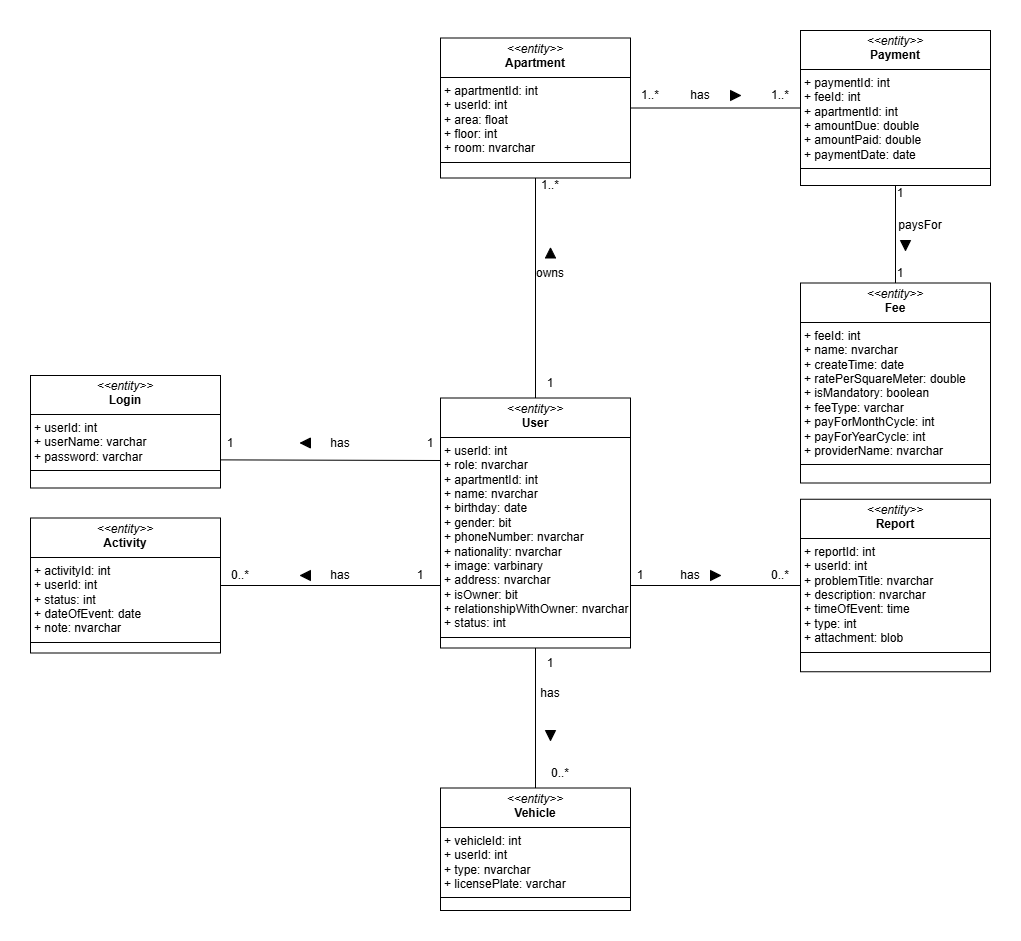
Earlier version of the draw.io export Class-diagram/DomainClassDiagram.png (HuyEuler/Apartment-management-system). Source tidied: cells renumbered, new cells last; positions are measured from the earlier drawing's top-left corner, leaving out a move shared by most shapes.
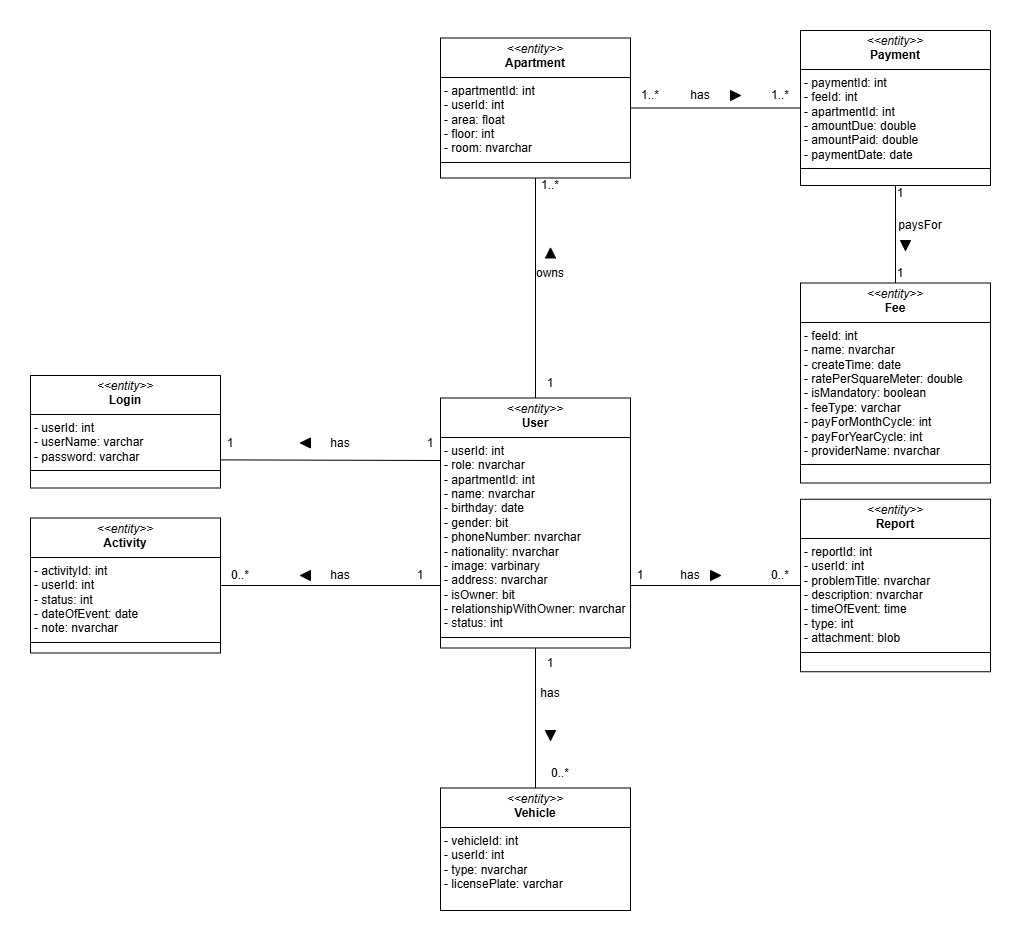
Above is the later version.

Commit message:
fix: class diagram

Change to the diagram source:
```diff
@@ -2,22 +2,22 @@
   <root>
     <mxCell id="0" />
     <mxCell id="1" parent="0" />
-    <mxCell id="2" value="&lt;p style=&quot;margin:0px;margin-top:4px;text-align:center;&quot;&gt;&lt;i&gt;&amp;lt;&amp;lt;entity&amp;gt;&amp;gt;&lt;/i&gt;&lt;br&gt;&lt;b&gt;User&lt;/b&gt;&lt;/p&gt;&lt;hr size=&quot;1&quot; style=&quot;border-style:solid;&quot;&gt;&lt;p style=&quot;margin:0px;margin-left:4px;&quot;&gt;+ userId: int&amp;nbsp;&amp;nbsp;&lt;/p&gt;&lt;p style=&quot;margin:0px;margin-left:4px;&quot;&gt;+ role: nvarchar&lt;/p&gt;&lt;p style=&quot;margin:0px;margin-left:4px;&quot;&gt;+ apartmentId: int&lt;/p&gt;&lt;p style=&quot;margin:0px;margin-left:4px;&quot;&gt;+ name: nvarchar&lt;/p&gt;&lt;p style=&quot;margin:0px;margin-left:4px;&quot;&gt;+ birthday: date&lt;/p&gt;&lt;p style=&quot;margin:0px;margin-left:4px;&quot;&gt;+ gender: bit&lt;/p&gt;&lt;p style=&quot;margin:0px;margin-left:4px;&quot;&gt;+ phoneNumber: nvarchar&lt;/p&gt;&lt;p style=&quot;margin:0px;margin-left:4px;&quot;&gt;+ nationality: nvarchar&lt;/p&gt;&lt;p style=&quot;margin:0px;margin-left:4px;&quot;&gt;+ image: varbinary&lt;/p&gt;&lt;p style=&quot;margin:0px;margin-left:4px;&quot;&gt;+ address: nvarchar&lt;/p&gt;&lt;p style=&quot;margin:0px;margin-left:4px;&quot;&gt;+ isOwner: bit&lt;br&gt;+ relationshipWithOwner: nvarchar&lt;br&gt;+ status: int&lt;/p&gt;&lt;hr size=&quot;1&quot; style=&quot;border-style:solid;&quot;&gt;&lt;p style=&quot;margin:0px;margin-left:4px;&quot;&gt;&lt;br&gt;&lt;/p&gt;" style="verticalAlign=top;align=left;overflow=fill;html=1;whiteSpace=wrap;" parent="1" vertex="1">
+    <mxCell id="2" value="&lt;p style=&quot;margin:0px;margin-top:4px;text-align:center;&quot;&gt;&lt;i&gt;&amp;lt;&amp;lt;entity&amp;gt;&amp;gt;&lt;/i&gt;&lt;br&gt;&lt;b&gt;User&lt;/b&gt;&lt;/p&gt;&lt;hr size=&quot;1&quot; style=&quot;border-style:solid;&quot;&gt;&lt;p style=&quot;margin:0px;margin-left:4px;&quot;&gt;- userId: int&amp;nbsp;&amp;nbsp;&lt;/p&gt;&lt;p style=&quot;margin:0px;margin-left:4px;&quot;&gt;- role: nvarchar&lt;/p&gt;&lt;p style=&quot;margin:0px;margin-left:4px;&quot;&gt;- apartmentId: int&lt;/p&gt;&lt;p style=&quot;margin:0px;margin-left:4px;&quot;&gt;- name: nvarchar&lt;/p&gt;&lt;p style=&quot;margin:0px;margin-left:4px;&quot;&gt;- birthday: date&lt;/p&gt;&lt;p style=&quot;margin:0px;margin-left:4px;&quot;&gt;- gender: bit&lt;/p&gt;&lt;p style=&quot;margin:0px;margin-left:4px;&quot;&gt;- phoneNumber: nvarchar&lt;/p&gt;&lt;p style=&quot;margin:0px;margin-left:4px;&quot;&gt;- nationality: nvarchar&lt;/p&gt;&lt;p style=&quot;margin:0px;margin-left:4px;&quot;&gt;- image: varbinary&lt;/p&gt;&lt;p style=&quot;margin:0px;margin-left:4px;&quot;&gt;- address: nvarchar&lt;/p&gt;&lt;p style=&quot;margin:0px;margin-left:4px;&quot;&gt;- isOwner: bit&lt;br&gt;- relationshipWithOwner: nvarchar&lt;br&gt;- status: int&lt;/p&gt;&lt;hr size=&quot;1&quot; style=&quot;border-style:solid;&quot;&gt;&lt;p style=&quot;margin:0px;margin-left:4px;&quot;&gt;&lt;br&gt;&lt;/p&gt;" style="verticalAlign=top;align=left;overflow=fill;html=1;whiteSpace=wrap;" parent="1" vertex="1">
       <mxGeometry x="410" y="367.5" width="190" height="250" as="geometry" />
     </mxCell>
-    <mxCell id="3" value="&lt;p style=&quot;margin:0px;margin-top:4px;text-align:center;&quot;&gt;&lt;i&gt;&amp;lt;&amp;lt;entity&amp;gt;&amp;gt;&lt;/i&gt;&lt;br&gt;&lt;b&gt;Apartment&lt;/b&gt;&lt;/p&gt;&lt;hr size=&quot;1&quot; style=&quot;border-style:solid;&quot;&gt;&lt;p style=&quot;margin:0px;margin-left:4px;&quot;&gt;+ apartmentId: int&amp;nbsp;&lt;/p&gt;&lt;p style=&quot;margin:0px;margin-left:4px;&quot;&gt;+ userId: int&amp;nbsp;&lt;/p&gt;&lt;p style=&quot;margin:0px;margin-left:4px;&quot;&gt;+ area: float&amp;nbsp;&amp;nbsp;&lt;/p&gt;&lt;p style=&quot;margin:0px;margin-left:4px;&quot;&gt;+ floor: int&lt;/p&gt;&lt;p style=&quot;margin:0px;margin-left:4px;&quot;&gt;+ room: nvarchar&lt;/p&gt;&lt;hr size=&quot;1&quot; style=&quot;border-style:solid;&quot;&gt;&lt;p style=&quot;margin:0px;margin-left:4px;&quot;&gt;&lt;br&gt;&lt;/p&gt;" style="verticalAlign=top;align=left;overflow=fill;html=1;whiteSpace=wrap;" parent="1" vertex="1">
+    <mxCell id="3" value="&lt;p style=&quot;margin:0px;margin-top:4px;text-align:center;&quot;&gt;&lt;i&gt;&amp;lt;&amp;lt;entity&amp;gt;&amp;gt;&lt;/i&gt;&lt;br&gt;&lt;b&gt;Apartment&lt;/b&gt;&lt;/p&gt;&lt;hr size=&quot;1&quot; style=&quot;border-style:solid;&quot;&gt;&lt;p style=&quot;margin:0px;margin-left:4px;&quot;&gt;- apartmentId: int&lt;/p&gt;&lt;p style=&quot;margin:0px;margin-left:4px;&quot;&gt;- userId: int&lt;/p&gt;&lt;p style=&quot;margin:0px;margin-left:4px;&quot;&gt;- area: float&lt;/p&gt;&lt;p style=&quot;margin:0px;margin-left:4px;&quot;&gt;- floor: int&lt;/p&gt;&lt;p style=&quot;margin:0px;margin-left:4px;&quot;&gt;- room: nvarchar&lt;/p&gt;&lt;hr size=&quot;1&quot; style=&quot;border-style:solid;&quot;&gt;&lt;p style=&quot;margin:0px;margin-left:4px;&quot;&gt;&lt;br&gt;&lt;/p&gt;" style="verticalAlign=top;align=left;overflow=fill;html=1;whiteSpace=wrap;" parent="1" vertex="1">
       <mxGeometry x="410" y="7.5" width="190" height="140" as="geometry" />
     </mxCell>
-    <mxCell id="4" value="&lt;p style=&quot;margin:0px;margin-top:4px;text-align:center;&quot;&gt;&lt;i&gt;&amp;lt;&amp;lt;entity&amp;gt;&amp;gt;&lt;/i&gt;&lt;br&gt;&lt;b&gt;Payment&lt;/b&gt;&lt;/p&gt;&lt;hr size=&quot;1&quot; style=&quot;border-style:solid;&quot;&gt;&lt;p style=&quot;margin:0px;margin-left:4px;&quot;&gt;+ paymentId: int&amp;nbsp;&amp;nbsp;&lt;/p&gt;&lt;p style=&quot;margin:0px;margin-left:4px;&quot;&gt;+ feeId: int&lt;br&gt;+ apartmentId: int&lt;/p&gt;&lt;p style=&quot;margin:0px;margin-left:4px;&quot;&gt;+ amountDue: double&amp;nbsp;&amp;nbsp;&lt;/p&gt;&lt;p style=&quot;margin:0px;margin-left:4px;&quot;&gt;+ amountPaid: double&lt;/p&gt;&lt;p style=&quot;margin:0px;margin-left:4px;&quot;&gt;+ paymentDate: date&lt;/p&gt;&lt;hr size=&quot;1&quot; style=&quot;border-style:solid;&quot;&gt;&lt;p style=&quot;margin:0px;margin-left:4px;&quot;&gt;&lt;br&gt;&lt;/p&gt;" style="verticalAlign=top;align=left;overflow=fill;html=1;whiteSpace=wrap;" parent="1" vertex="1">
+    <mxCell id="4" value="&lt;p style=&quot;margin:0px;margin-top:4px;text-align:center;&quot;&gt;&lt;i&gt;&amp;lt;&amp;lt;entity&amp;gt;&amp;gt;&lt;/i&gt;&lt;br&gt;&lt;b&gt;Payment&lt;/b&gt;&lt;/p&gt;&lt;hr size=&quot;1&quot; style=&quot;border-style:solid;&quot;&gt;&lt;p style=&quot;margin:0px;margin-left:4px;&quot;&gt;- paymentId: int&amp;nbsp;&amp;nbsp;&lt;/p&gt;&lt;p style=&quot;margin:0px;margin-left:4px;&quot;&gt;- feeId: int&lt;br&gt;- apartmentId: int&lt;/p&gt;&lt;p style=&quot;margin:0px;margin-left:4px;&quot;&gt;- amountDue: double&amp;nbsp;&amp;nbsp;&lt;/p&gt;&lt;p style=&quot;margin:0px;margin-left:4px;&quot;&gt;- amountPaid: double&lt;/p&gt;&lt;p style=&quot;margin:0px;margin-left:4px;&quot;&gt;- paymentDate: date&lt;/p&gt;&lt;hr size=&quot;1&quot; style=&quot;border-style:solid;&quot;&gt;&lt;p style=&quot;margin:0px;margin-left:4px;&quot;&gt;&lt;br&gt;&lt;/p&gt;" style="verticalAlign=top;align=left;overflow=fill;html=1;whiteSpace=wrap;" parent="1" vertex="1">
       <mxGeometry x="770" width="190" height="155" as="geometry" />
     </mxCell>
-    <mxCell id="5" value="&lt;p style=&quot;margin:0px;margin-top:4px;text-align:center;&quot;&gt;&lt;i&gt;&amp;lt;&amp;lt;entity&amp;gt;&amp;gt;&lt;/i&gt;&lt;br&gt;&lt;b&gt;Fee&lt;/b&gt;&lt;/p&gt;&lt;hr size=&quot;1&quot; style=&quot;border-style:solid;&quot;&gt;&lt;p style=&quot;margin:0px;margin-left:4px;&quot;&gt;+ feeId: int&amp;nbsp;&amp;nbsp;&lt;/p&gt;&lt;p style=&quot;margin:0px;margin-left:4px;&quot;&gt;+ name: nvarchar&lt;/p&gt;&lt;p style=&quot;margin:0px;margin-left:4px;&quot;&gt;+ createTime: date&lt;br&gt;+ ratePerSquareMeter: double&lt;br&gt;+ isMandatory: boolean&lt;br&gt;+ feeType: varchar&lt;/p&gt;&lt;p style=&quot;margin:0px;margin-left:4px;&quot;&gt;+ payForMonthCycle: int&lt;br&gt;+ payForYearCycle: int&lt;br&gt;+ providerName: nvarchar&lt;/p&gt;&lt;hr size=&quot;1&quot; style=&quot;border-style:solid;&quot;&gt;&lt;p style=&quot;margin:0px;margin-left:4px;&quot;&gt;&lt;br&gt;&lt;/p&gt;" style="verticalAlign=top;align=left;overflow=fill;html=1;whiteSpace=wrap;" parent="1" vertex="1">
+    <mxCell id="5" value="&lt;p style=&quot;margin:0px;margin-top:4px;text-align:center;&quot;&gt;&lt;i&gt;&amp;lt;&amp;lt;entity&amp;gt;&amp;gt;&lt;/i&gt;&lt;br&gt;&lt;b&gt;Fee&lt;/b&gt;&lt;/p&gt;&lt;hr size=&quot;1&quot; style=&quot;border-style:solid;&quot;&gt;&lt;p style=&quot;margin:0px;margin-left:4px;&quot;&gt;- feeId: int&amp;nbsp;&amp;nbsp;&lt;/p&gt;&lt;p style=&quot;margin:0px;margin-left:4px;&quot;&gt;- name: nvarchar&lt;/p&gt;&lt;p style=&quot;margin:0px;margin-left:4px;&quot;&gt;- createTime: date&lt;br&gt;- ratePerSquareMeter: double&lt;br&gt;- isMandatory: boolean&lt;br&gt;- feeType: varchar&lt;/p&gt;&lt;p style=&quot;margin:0px;margin-left:4px;&quot;&gt;- payForMonthCycle: int&lt;br&gt;- payForYearCycle: int&lt;br&gt;- providerName: nvarchar&lt;/p&gt;&lt;hr size=&quot;1&quot; style=&quot;border-style:solid;&quot;&gt;&lt;p style=&quot;margin:0px;margin-left:4px;&quot;&gt;&lt;br&gt;&lt;/p&gt;" style="verticalAlign=top;align=left;overflow=fill;html=1;whiteSpace=wrap;" parent="1" vertex="1">
       <mxGeometry x="770" y="252.5" width="190" height="200" as="geometry" />
     </mxCell>
-    <mxCell id="6" value="&lt;p style=&quot;margin:0px;margin-top:4px;text-align:center;&quot;&gt;&lt;i&gt;&amp;lt;&amp;lt;entity&amp;gt;&amp;gt;&lt;/i&gt;&lt;br&gt;&lt;b&gt;Vehicle&lt;/b&gt;&lt;/p&gt;&lt;hr size=&quot;1&quot; style=&quot;border-style:solid;&quot;&gt;&lt;p style=&quot;margin:0px;margin-left:4px;&quot;&gt;+ vehicleId: int&amp;nbsp;&amp;nbsp;&lt;/p&gt;&lt;p style=&quot;margin:0px;margin-left:4px;&quot;&gt;+ userId: int&lt;/p&gt;&lt;p style=&quot;margin:0px;margin-left:4px;&quot;&gt;+ type: nvarchar&amp;nbsp;&amp;nbsp;&lt;/p&gt;&lt;p style=&quot;margin:0px;margin-left:4px;&quot;&gt;+ licensePlate: varchar&lt;/p&gt;&lt;hr size=&quot;1&quot; style=&quot;border-style:solid;&quot;&gt;&lt;p style=&quot;margin:0px;margin-left:4px;&quot;&gt;&lt;br&gt;&lt;/p&gt;" style="verticalAlign=top;align=left;overflow=fill;html=1;whiteSpace=wrap;" parent="1" vertex="1">
+    <mxCell id="6" value="&lt;p style=&quot;margin:0px;margin-top:4px;text-align:center;&quot;&gt;&lt;i&gt;&amp;lt;&amp;lt;entity&amp;gt;&amp;gt;&lt;/i&gt;&lt;br&gt;&lt;b&gt;Vehicle&lt;/b&gt;&lt;/p&gt;&lt;hr size=&quot;1&quot; style=&quot;border-style:solid;&quot;&gt;&lt;p style=&quot;margin:0px;margin-left:4px;&quot;&gt;&lt;/p&gt;&lt;p style=&quot;margin:0px;margin-left:4px;&quot;&gt;- vehicleId: int&lt;/p&gt;&lt;p style=&quot;margin:0px;margin-left:4px;&quot;&gt;- userId: int&lt;/p&gt;&lt;p style=&quot;margin:0px;margin-left:4px;&quot;&gt;- type: nvarchar&lt;/p&gt;&lt;p style=&quot;margin:0px;margin-left:4px;&quot;&gt;- licensePlate: varchar&lt;/p&gt;&lt;div&gt;&lt;br&gt;&lt;/div&gt;" style="verticalAlign=top;align=left;overflow=fill;html=1;whiteSpace=wrap;" parent="1" vertex="1">
       <mxGeometry x="410" y="757.5" width="190" height="122.5" as="geometry" />
     </mxCell>
-    <mxCell id="7" value="&lt;p style=&quot;margin:0px;margin-top:4px;text-align:center;&quot;&gt;&lt;i&gt;&amp;lt;&amp;lt;entity&amp;gt;&amp;gt;&lt;/i&gt;&lt;br&gt;&lt;b&gt;Activity&lt;/b&gt;&lt;/p&gt;&lt;hr size=&quot;1&quot; style=&quot;border-style:solid;&quot;&gt;&lt;p style=&quot;margin:0px;margin-left:4px;&quot;&gt;+ activityId: int&amp;nbsp;&amp;nbsp;&lt;/p&gt;&lt;p style=&quot;margin:0px;margin-left:4px;&quot;&gt;+ userId: int&lt;/p&gt;&lt;p style=&quot;margin:0px;margin-left:4px;&quot;&gt;+ status: int&lt;/p&gt;&lt;p style=&quot;margin:0px;margin-left:4px;&quot;&gt;+ dateOfEvent: date&amp;nbsp;&amp;nbsp;&lt;/p&gt;&lt;p style=&quot;margin:0px;margin-left:4px;&quot;&gt;+ note: nvarchar&lt;/p&gt;&lt;hr size=&quot;1&quot; style=&quot;border-style:solid;&quot;&gt;&lt;p style=&quot;margin:0px;margin-left:4px;&quot;&gt;&lt;br&gt;&lt;/p&gt;" style="verticalAlign=top;align=left;overflow=fill;html=1;whiteSpace=wrap;" parent="1" vertex="1">
+    <mxCell id="7" value="&lt;p style=&quot;margin:0px;margin-top:4px;text-align:center;&quot;&gt;&lt;i&gt;&amp;lt;&amp;lt;entity&amp;gt;&amp;gt;&lt;/i&gt;&lt;br&gt;&lt;b&gt;Activity&lt;/b&gt;&lt;/p&gt;&lt;hr size=&quot;1&quot; style=&quot;border-style:solid;&quot;&gt;&lt;p style=&quot;margin:0px;margin-left:4px;&quot;&gt;- activityId: int&amp;nbsp;&amp;nbsp;&lt;/p&gt;&lt;p style=&quot;margin:0px;margin-left:4px;&quot;&gt;- userId: int&lt;/p&gt;&lt;p style=&quot;margin:0px;margin-left:4px;&quot;&gt;- status: int&lt;/p&gt;&lt;p style=&quot;margin:0px;margin-left:4px;&quot;&gt;- dateOfEvent: date&amp;nbsp;&amp;nbsp;&lt;/p&gt;&lt;p style=&quot;margin:0px;margin-left:4px;&quot;&gt;- note: nvarchar&lt;/p&gt;&lt;hr size=&quot;1&quot; style=&quot;border-style:solid;&quot;&gt;&lt;p style=&quot;margin:0px;margin-left:4px;&quot;&gt;&lt;br&gt;&lt;/p&gt;" style="verticalAlign=top;align=left;overflow=fill;html=1;whiteSpace=wrap;" parent="1" vertex="1">
       <mxGeometry y="487.5" width="190" height="135" as="geometry" />
     </mxCell>
     <mxCell id="8" style="endArrow=none;html=1;rounded=0;entryX=0.5;entryY=1;entryDx=0;entryDy=0;exitX=0.5;exitY=0;exitDx=0;exitDy=0;" parent="1" edge="1" source="2" target="3">
@@ -95,7 +95,7 @@
     <mxCell id="32" value="paysFor" style="text;html=1;align=center;verticalAlign=middle;whiteSpace=wrap;rounded=0;" parent="1" vertex="1">
       <mxGeometry x="860" y="180" width="60" height="30" as="geometry" />
     </mxCell>
-    <mxCell id="33" value="&lt;p style=&quot;margin:0px;margin-top:4px;text-align:center;&quot;&gt;&lt;i&gt;&amp;lt;&amp;lt;entity&amp;gt;&amp;gt;&lt;/i&gt;&lt;br&gt;&lt;b&gt;Report&lt;/b&gt;&lt;/p&gt;&lt;hr size=&quot;1&quot; style=&quot;border-style:solid;&quot;&gt;&lt;p style=&quot;margin:0px;margin-left:4px;&quot;&gt;+ reportId: int&amp;nbsp;&amp;nbsp;&lt;/p&gt;&lt;p style=&quot;margin:0px;margin-left:4px;&quot;&gt;+ userId: int&lt;/p&gt;&lt;p style=&quot;margin:0px;margin-left:4px;&quot;&gt;+ problemTitle: nvarchar&lt;/p&gt;&lt;p style=&quot;margin:0px;margin-left:4px;&quot;&gt;+ description&lt;span style=&quot;background-color: transparent; color: light-dark(rgb(0, 0, 0), rgb(255, 255, 255));&quot;&gt;: nvarchar&lt;/span&gt;&lt;/p&gt;&lt;p style=&quot;margin:0px;margin-left:4px;&quot;&gt;+ timeOfEvent: time&lt;/p&gt;&lt;p style=&quot;margin:0px;margin-left:4px;&quot;&gt;+ type: int&amp;nbsp;&lt;/p&gt;&lt;p style=&quot;margin:0px;margin-left:4px;&quot;&gt;+ attachment: blob&lt;/p&gt;&lt;hr size=&quot;1&quot; style=&quot;border-style:solid;&quot;&gt;&lt;p style=&quot;margin:0px;margin-left:4px;&quot;&gt;&lt;br&gt;&lt;/p&gt;" style="verticalAlign=top;align=left;overflow=fill;html=1;whiteSpace=wrap;" parent="1" vertex="1">
+    <mxCell id="33" value="&lt;p style=&quot;margin:0px;margin-top:4px;text-align:center;&quot;&gt;&lt;i&gt;&amp;lt;&amp;lt;entity&amp;gt;&amp;gt;&lt;/i&gt;&lt;br&gt;&lt;b&gt;Report&lt;/b&gt;&lt;/p&gt;&lt;hr size=&quot;1&quot; style=&quot;border-style:solid;&quot;&gt;&lt;p style=&quot;margin:0px;margin-left:4px;&quot;&gt;- reportId: int&amp;nbsp;&amp;nbsp;&lt;/p&gt;&lt;p style=&quot;margin:0px;margin-left:4px;&quot;&gt;- userId: int&lt;/p&gt;&lt;p style=&quot;margin:0px;margin-left:4px;&quot;&gt;- problemTitle: nvarchar&lt;/p&gt;&lt;p style=&quot;margin:0px;margin-left:4px;&quot;&gt;- description&lt;span style=&quot;background-color: transparent; color: light-dark(rgb(0, 0, 0), rgb(255, 255, 255));&quot;&gt;: nvarchar&lt;/span&gt;&lt;/p&gt;&lt;p style=&quot;margin:0px;margin-left:4px;&quot;&gt;- timeOfEvent: time&lt;/p&gt;&lt;p style=&quot;margin:0px;margin-left:4px;&quot;&gt;- type: int&amp;nbsp;&lt;/p&gt;&lt;p style=&quot;margin:0px;margin-left:4px;&quot;&gt;- attachment: blob&lt;/p&gt;&lt;hr size=&quot;1&quot; style=&quot;border-style:solid;&quot;&gt;&lt;p style=&quot;margin:0px;margin-left:4px;&quot;&gt;&lt;br&gt;&lt;/p&gt;" style="verticalAlign=top;align=left;overflow=fill;html=1;whiteSpace=wrap;" parent="1" vertex="1">
       <mxGeometry x="770" y="468.8" width="190" height="172.5" as="geometry" />
     </mxCell>
     <mxCell id="34" value="1" style="text;html=1;align=center;verticalAlign=middle;whiteSpace=wrap;rounded=0;" parent="1" vertex="1">
@@ -110,7 +110,7 @@
     <mxCell id="37" style="triangle;whiteSpace=wrap;html=1;direction=east;fillColor=light-dark(#000000,#EDEDED);" parent="1" vertex="1">
       <mxGeometry x="680" y="540" width="10" height="10" as="geometry" />
     </mxCell>
-    <mxCell id="38" value="&lt;p style=&quot;margin:0px;margin-top:4px;text-align:center;&quot;&gt;&lt;i&gt;&amp;lt;&amp;lt;entity&amp;gt;&amp;gt;&lt;/i&gt;&lt;br&gt;&lt;b&gt;Login&lt;/b&gt;&lt;/p&gt;&lt;hr size=&quot;1&quot; style=&quot;border-style:solid;&quot;&gt;&lt;p style=&quot;margin:0px;margin-left:4px;&quot;&gt;+ userId: int&amp;nbsp;&amp;nbsp;&lt;/p&gt;&lt;p style=&quot;margin:0px;margin-left:4px;&quot;&gt;+ userName: varchar&lt;/p&gt;&lt;p style=&quot;margin:0px;margin-left:4px;&quot;&gt;+ password&lt;span style=&quot;background-color: transparent; color: light-dark(rgb(0, 0, 0), rgb(255, 255, 255));&quot;&gt;: varchar&lt;/span&gt;&lt;/p&gt;&lt;hr size=&quot;1&quot; style=&quot;border-style:solid;&quot;&gt;&lt;p style=&quot;margin:0px;margin-left:4px;&quot;&gt;&lt;br&gt;&lt;/p&gt;" style="verticalAlign=top;align=left;overflow=fill;html=1;whiteSpace=wrap;" parent="1" vertex="1">
+    <mxCell id="38" value="&lt;p style=&quot;margin:0px;margin-top:4px;text-align:center;&quot;&gt;&lt;i&gt;&amp;lt;&amp;lt;entity&amp;gt;&amp;gt;&lt;/i&gt;&lt;br&gt;&lt;b&gt;Login&lt;/b&gt;&lt;/p&gt;&lt;hr size=&quot;1&quot; style=&quot;border-style:solid;&quot;&gt;&lt;p style=&quot;margin:0px;margin-left:4px;&quot;&gt;- userId: int&amp;nbsp;&amp;nbsp;&lt;/p&gt;&lt;p style=&quot;margin:0px;margin-left:4px;&quot;&gt;- userName: varchar&lt;/p&gt;&lt;p style=&quot;margin:0px;margin-left:4px;&quot;&gt;- password&lt;span style=&quot;background-color: transparent; color: light-dark(rgb(0, 0, 0), rgb(255, 255, 255));&quot;&gt;: varchar&lt;/span&gt;&lt;/p&gt;&lt;hr size=&quot;1&quot; style=&quot;border-style:solid;&quot;&gt;&lt;p style=&quot;margin:0px;margin-left:4px;&quot;&gt;&lt;br&gt;&lt;/p&gt;" style="verticalAlign=top;align=left;overflow=fill;html=1;whiteSpace=wrap;" parent="1" vertex="1">
       <mxGeometry y="345" width="190" height="112.5" as="geometry" />
     </mxCell>
     <mxCell id="39" style="endArrow=none;html=1;rounded=0;entryX=0;entryY=0.25;entryDx=0;entryDy=0;exitX=1;exitY=0.75;exitDx=0;exitDy=0;" parent="1" edge="1" source="38" target="2">
```
